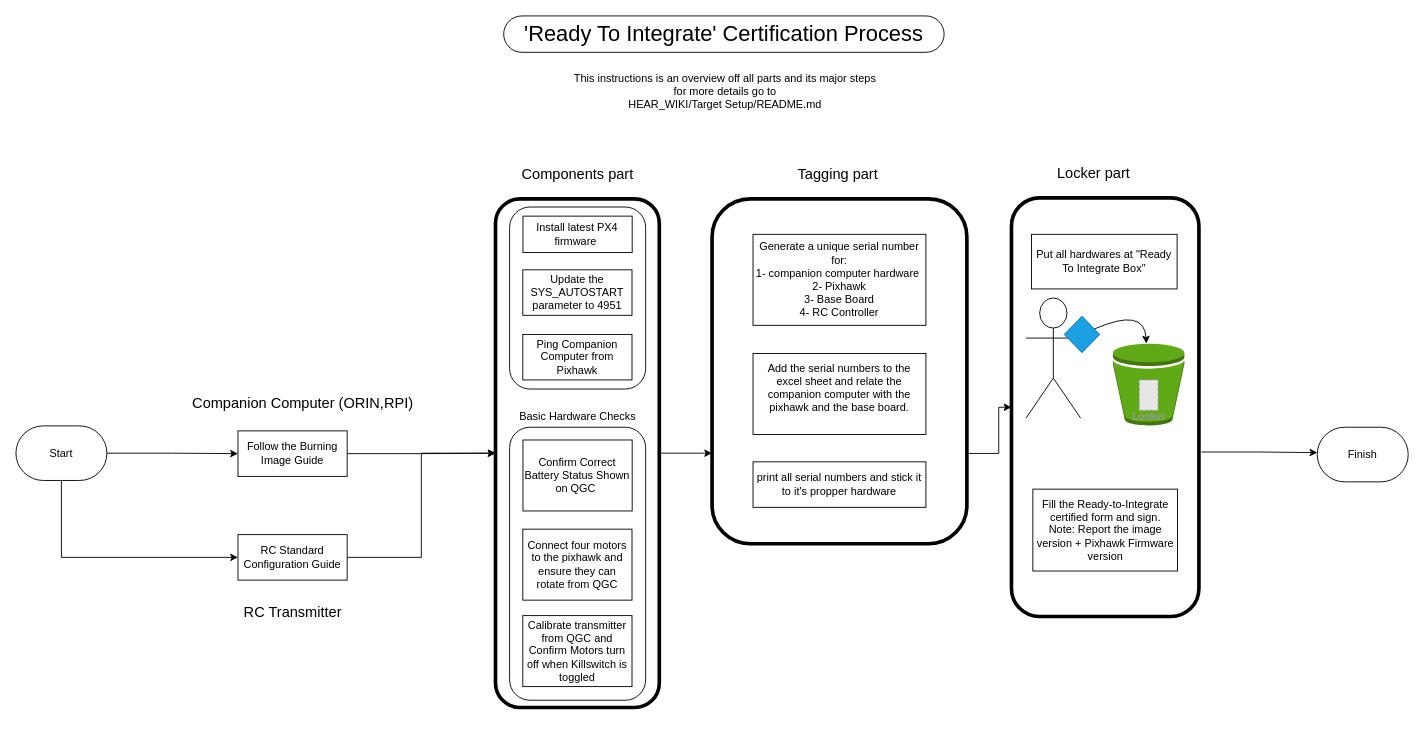
Above: Guide/Hardware and Process/Commissioning/1 Ready to integrate/ready_to_integrate.drawio in DroneLeaf/HEAR_wiki (draw.io), before the change. Source tidied: cells renumbered, new cells numbered last; positions are measured from the earlier drawing's top-left corner, leaving out a move shared by most shapes. Both pictures are drawn from the tidied source at 91%, with x=0, y=0 at pixel (15, 15). Pictures stored in the file or linked from it are replaced by grey dashed boxes.
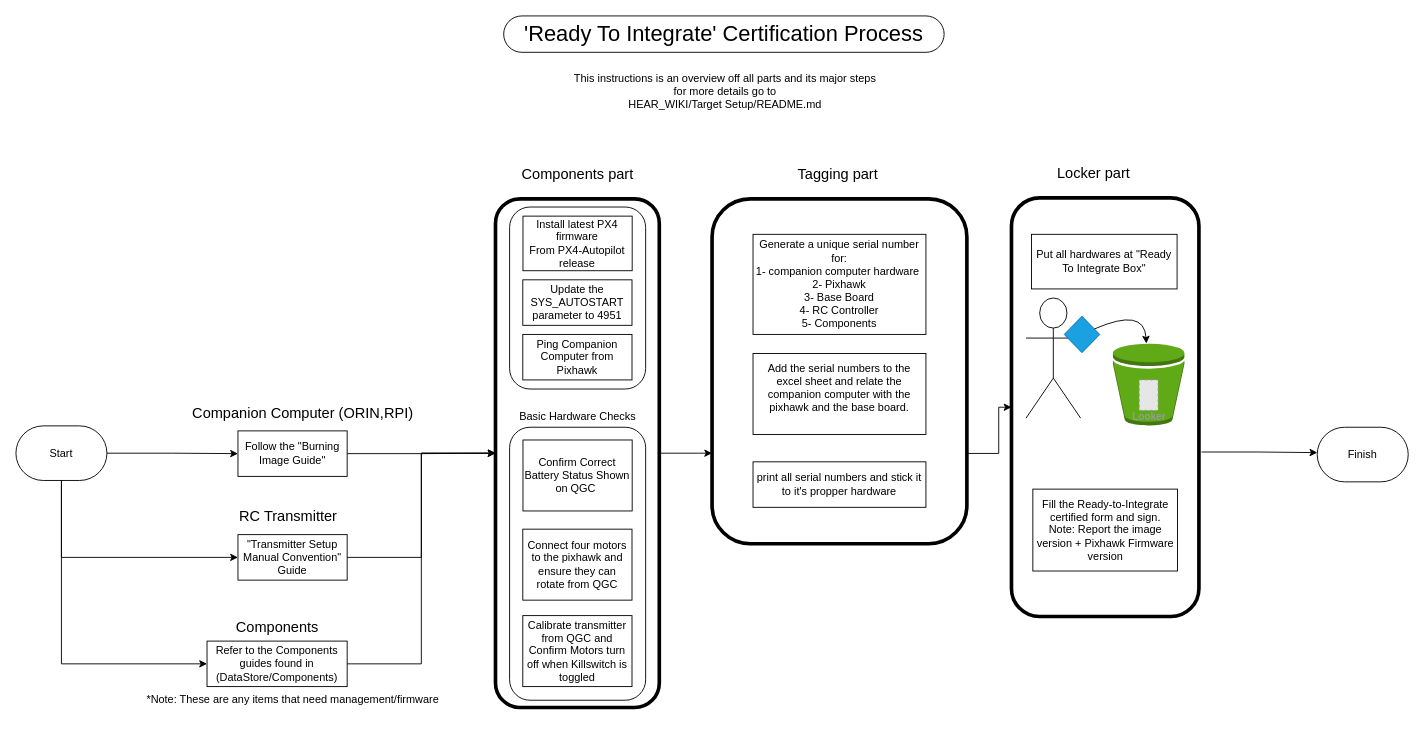
After the change.

Commit message (it also covers changes not shown here):
Ready to Integrate/FSAC update

The change refers to these unchanged cells:
```xml
<mxCell id="2" style="rounded=1;whiteSpace=wrap;html=1;fillColor=none;strokeWidth=4;" parent="1" vertex="1">
  <mxGeometry x="527" y="201" width="180" height="559" as="geometry" />
</mxCell>
```

Change to the diagram source:
```diff
@@
-    <mxCell id="9" value="Follow the Burning Image Guide" style="rounded=1;whiteSpace=wrap;html=1;fontSize=12;glass=0;strokeWidth=1;shadow=0;arcSize=0;" parent="1" vertex="1">
+    <mxCell id="9" value="Follow the &quot;Burning Image Guide&quot;" style="rounded=1;whiteSpace=wrap;html=1;fontSize=12;glass=0;strokeWidth=1;shadow=0;arcSize=0;" parent="1" vertex="1">
       <mxGeometry x="244" y="456" width="120" height="50" as="geometry" />
     </mxCell>
-    <mxCell id="10" value="Install latest PX4 firmware&amp;nbsp;" style="rounded=1;whiteSpace=wrap;html=1;fontSize=12;glass=0;strokeWidth=1;shadow=0;arcSize=0;" parent="1" vertex="1">
-      <mxGeometry x="557.2" y="220" width="120" height="40" as="geometry" />
+    <mxCell id="10" value="Install latest PX4 firmware&lt;br&gt;From PX4-Autopilot release" style="rounded=1;whiteSpace=wrap;html=1;fontSize=12;glass=0;strokeWidth=1;shadow=0;arcSize=0;" parent="1" vertex="1">
+      <mxGeometry x="557.2" y="220" width="120" height="60" as="geometry" />
     </mxCell>
     <mxCell id="11" value="Update the SYS_AUTOSTART parameter to 4951" style="rounded=1;whiteSpace=wrap;html=1;fontSize=12;glass=0;strokeWidth=1;shadow=0;arcSize=0;" parent="1" vertex="1">
-      <mxGeometry x="557" y="279" width="120" height="50" as="geometry" />
+      <mxGeometry x="557" y="290" width="120" height="50" as="geometry" />
     </mxCell>
-    <mxCell id="12" value="Generate a unique serial number for:&lt;br&gt;1- companion computer hardware&amp;nbsp;&lt;div&gt;2- Pixhawk&lt;/div&gt;&lt;div&gt;3- Base Board&lt;/div&gt;&lt;div&gt;4- RC Controller&lt;/div&gt;" style="rounded=1;whiteSpace=wrap;html=1;fontSize=12;glass=0;strokeWidth=1;shadow=0;arcSize=0;" parent="1" vertex="1">
-      <mxGeometry x="810" y="240" width="190" height="100" as="geometry" />
+    <mxCell id="12" value="Generate a unique serial number for:&lt;br&gt;1- companion computer hardware&amp;nbsp;&lt;div&gt;2- Pixhawk&lt;/div&gt;&lt;div&gt;3- Base Board&lt;/div&gt;&lt;div&gt;4- RC Controller&lt;/div&gt;&lt;div&gt;5- Components&lt;/div&gt;" style="rounded=1;whiteSpace=wrap;html=1;fontSize=12;glass=0;strokeWidth=1;shadow=0;arcSize=0;" parent="1" vertex="1">
+      <mxGeometry x="810" y="240" width="190" height="110" as="geometry" />
     </mxCell>
@@
     <mxCell id="15" value="&lt;font style=&quot;font-size: 16px;&quot;&gt;Companion Computer (ORIN,RPI)&lt;/font&gt;" style="text;html=1;align=center;verticalAlign=middle;strokeColor=none;fillColor=none;" parent="1" vertex="1">
-      <mxGeometry x="180" y="410" width="270" height="30" as="geometry" />
+      <mxGeometry x="180" y="420.5" width="270" height="30" as="geometry" />
     </mxCell>
@@
-    <mxCell id="35" value="RC Standard Configuration Guide" style="rounded=1;whiteSpace=wrap;html=1;fontSize=12;glass=0;strokeWidth=1;shadow=0;arcSize=0;" parent="1" vertex="1">
+    <mxCell id="35" value="&quot;Transmitter Setup Manual Convention&quot; Guide" style="rounded=1;whiteSpace=wrap;html=1;fontSize=12;glass=0;strokeWidth=1;shadow=0;arcSize=0;" parent="1" vertex="1">
       <mxGeometry x="244" y="570" width="120" height="50" as="geometry" />
     </mxCell>
@@
     <mxCell id="39" value="&lt;span style=&quot;font-size: 16px;&quot;&gt;RC Transmitter&lt;/span&gt;" style="text;html=1;align=center;verticalAlign=middle;strokeColor=none;fillColor=none;" parent="1" vertex="1">
-      <mxGeometry x="239" y="640" width="130" height="30" as="geometry" />
+      <mxGeometry x="234" y="534" width="130" height="30" as="geometry" />
     </mxCell>
@@
+    <mxCell id="43" value="Refer to the Components guides found in (DataStore/Components)" style="rounded=1;whiteSpace=wrap;html=1;fontSize=12;glass=0;strokeWidth=1;shadow=0;arcSize=0;" parent="1" vertex="1">
+      <mxGeometry x="210" y="687" width="154" height="50" as="geometry" />
+    </mxCell>
+    <mxCell id="44" style="edgeStyle=orthogonalEdgeStyle;rounded=0;jettySize=auto;html=1;entryX=0;entryY=0.5;entryDx=0;entryDy=0;" parent="1" edge="1" target="43">
+      <mxGeometry relative="1" as="geometry">
+        <mxPoint x="50" y="510" as="sourcePoint" />
+        <Array as="points">
+          <mxPoint x="50" y="712" />
+        </Array>
+      </mxGeometry>
+    </mxCell>
+    <mxCell id="45" style="edgeStyle=orthogonalEdgeStyle;rounded=0;jettySize=auto;html=1;entryX=0;entryY=0.5;entryDx=0;entryDy=0;exitX=1;exitY=0.5;exitDx=0;exitDy=0;" parent="1" edge="1" source="43" target="2">
+      <mxGeometry relative="1" as="geometry" />
+    </mxCell>
+    <mxCell id="46" value="&lt;span style=&quot;font-size: 16px;&quot;&gt;Components&lt;/span&gt;" style="text;html=1;align=center;verticalAlign=middle;strokeColor=none;fillColor=none;" parent="1" vertex="1">
+      <mxGeometry x="232" y="657" width="110" height="30" as="geometry" />
+    </mxCell>
+    <mxCell id="47" value="*Note: These are any items that need management/firmware" style="text;html=1;align=center;verticalAlign=middle;strokeColor=none;fillColor=none;" parent="1" vertex="1">
+      <mxGeometry x="134" y="737" width="340" height="30" as="geometry" />
+    </mxCell>
```
